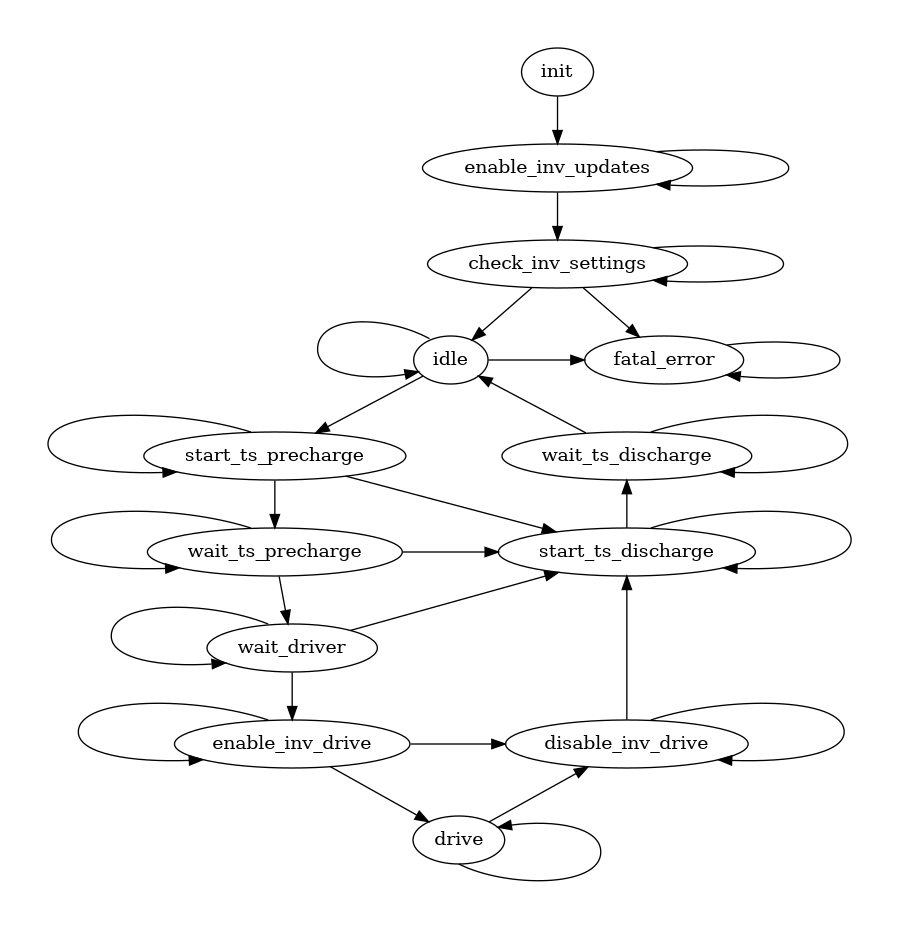
Before: Docs/fsm.png, a diagram exported from Graphviz (eagletrt/fenice-evo-das-sw). Its source is kept beside it as Docs/fsm.dot.
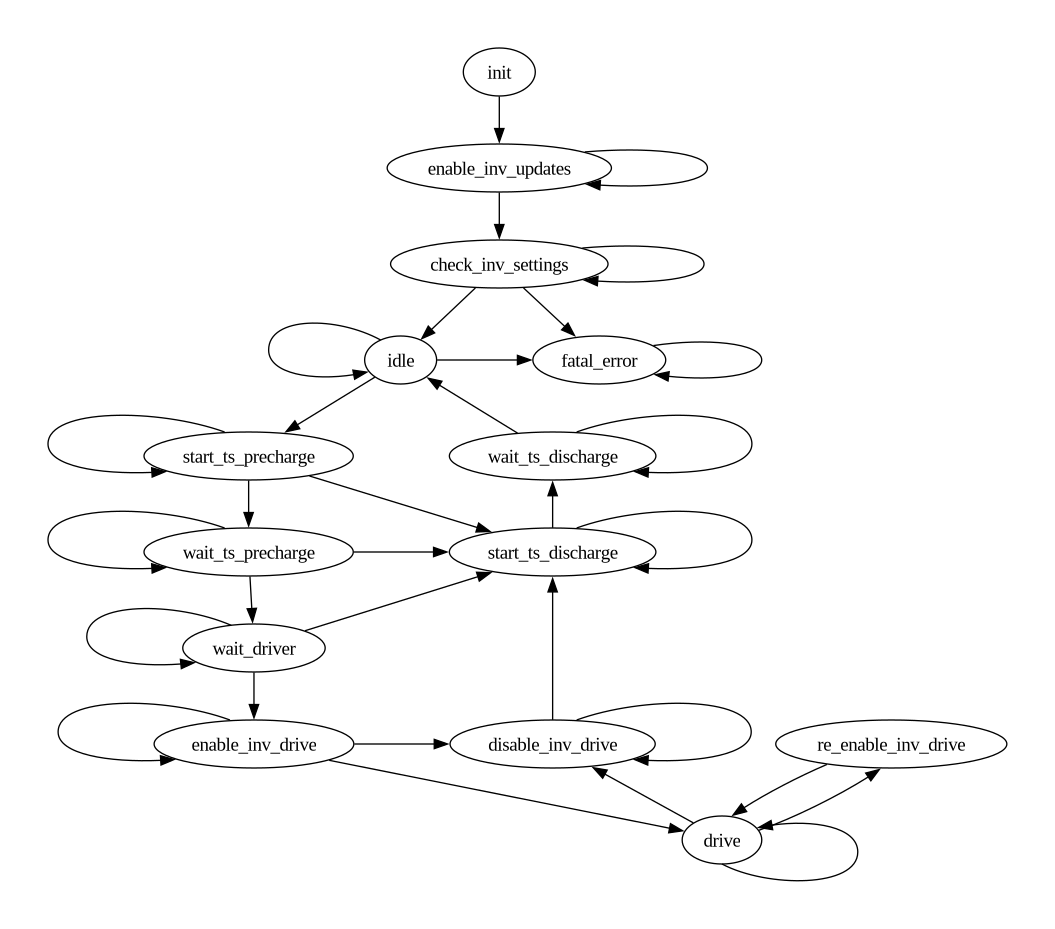
After the change.

Change to the diagram source:
```diff
@@ -13,18 +13,19 @@
     wait_ts_precharge
     wait_driver
     enable_inv_drive
+    re_enable_inv_drive
     drive
     disable_inv_drive
     start_ts_discharge
     wait_ts_discharge
 
     # Uncomment for nice drawing, comment for gv_fsm generation
-    { rank=source;init; }
-    { rank=same;idle;fatal_error; }
-    { rank=same;start_ts_precharge;wait_ts_discharge; }
-    { rank=same;wait_ts_precharge;start_ts_discharge; }
-    { rank=same;enable_inv_drive;disable_inv_drive; }
-    { rank=sink;drive; }
+    # { rank=source;init; }
+    # { rank=same;idle;fatal_error; }
+    # { rank=same;start_ts_precharge;wait_ts_discharge; }
+    # { rank=same;wait_ts_precharge;start_ts_discharge; }
+    # { rank=same;enable_inv_drive;disable_inv_drive; }
+    # { rank=sink;drive; }
 
     init -> enable_inv_updates
 
@@ -59,6 +60,9 @@
 
     drive:s -> drive
     drive -> disable_inv_drive
+    drive -> re_enable_inv_drive
+
+    re_enable_inv_drive -> drive
 
     disable_inv_drive:ne -> disable_inv_drive
     disable_inv_drive -> start_ts_discharge
```
